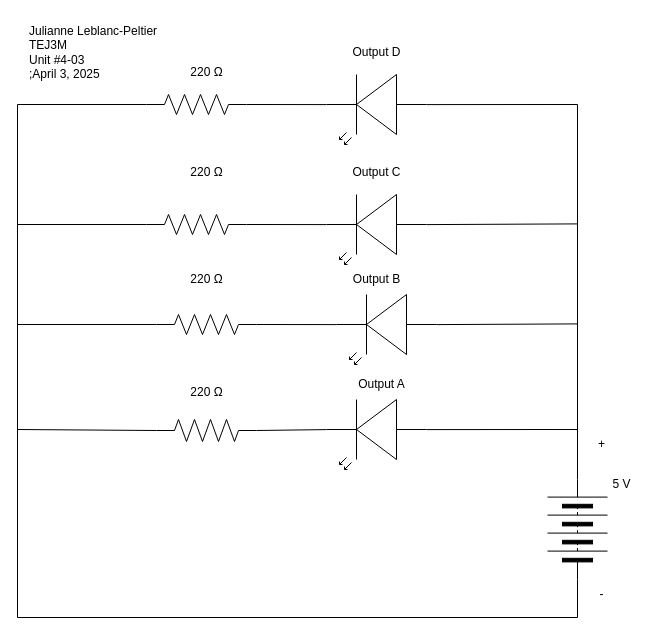
The draw.io diagram design/TEJ3M-4-03-Extra.drawio in Julianne-Leblanc-Peltier/TEJ3M-Unit4, before the edit. Source tidied: cells renumbered, new cells numbered last; positions are measured from the earlier drawing's top-left corner, leaving out a move shared by most shapes. Both pictures are drawn from the tidied source at 100%, with x=0, y=0 at pixel (17, 17).
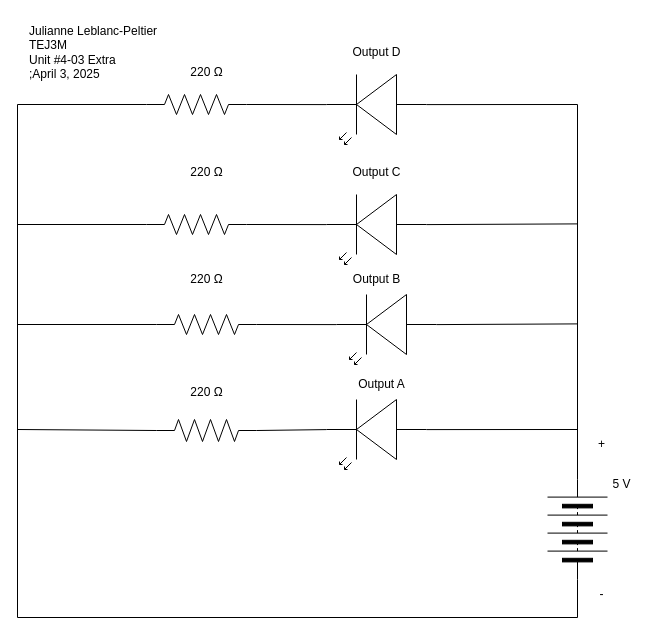
The same diagram, later.

Diff of the diagram source:
```diff
@@
-    <mxCell id="10" value="Julianne Leblanc-Peltier&lt;div&gt;TEJ3M&lt;/div&gt;&lt;div&gt;Unit #4-03&lt;/div&gt;&lt;div&gt;;April 3, 2025&lt;/div&gt;" style="text;html=1;align=left;verticalAlign=middle;strokeColor=none;fillColor=none;" parent="1" vertex="1">
-      <mxGeometry x="10" width="160" height="70" as="geometry" />
+    <mxCell id="10" value="Julianne Leblanc-Peltier&lt;div&gt;TEJ3M&lt;/div&gt;&lt;div&gt;Unit #4-03 Extra&lt;/div&gt;&lt;div&gt;;April 3, 2025&lt;/div&gt;" style="text;html=1;align=left;verticalAlign=middle;strokeColor=none;fillColor=none;" parent="1" vertex="1">
+      <mxGeometry x="10" width="150" height="70" as="geometry" />
     </mxCell>
```
